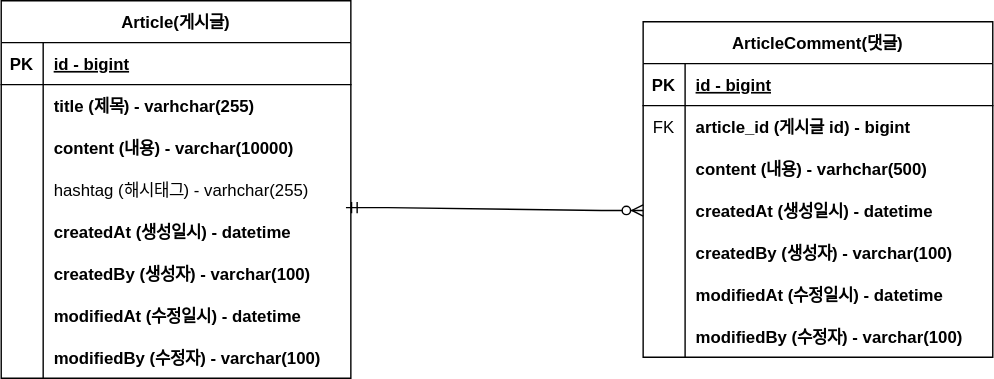
Earlier version of the draw.io export document/board-project.svg (daecheolsong/board-project). Source tidied: cells renumbered, new cells last; positions are measured from the earlier drawing's top-left corner, leaving out a move shared by most shapes.
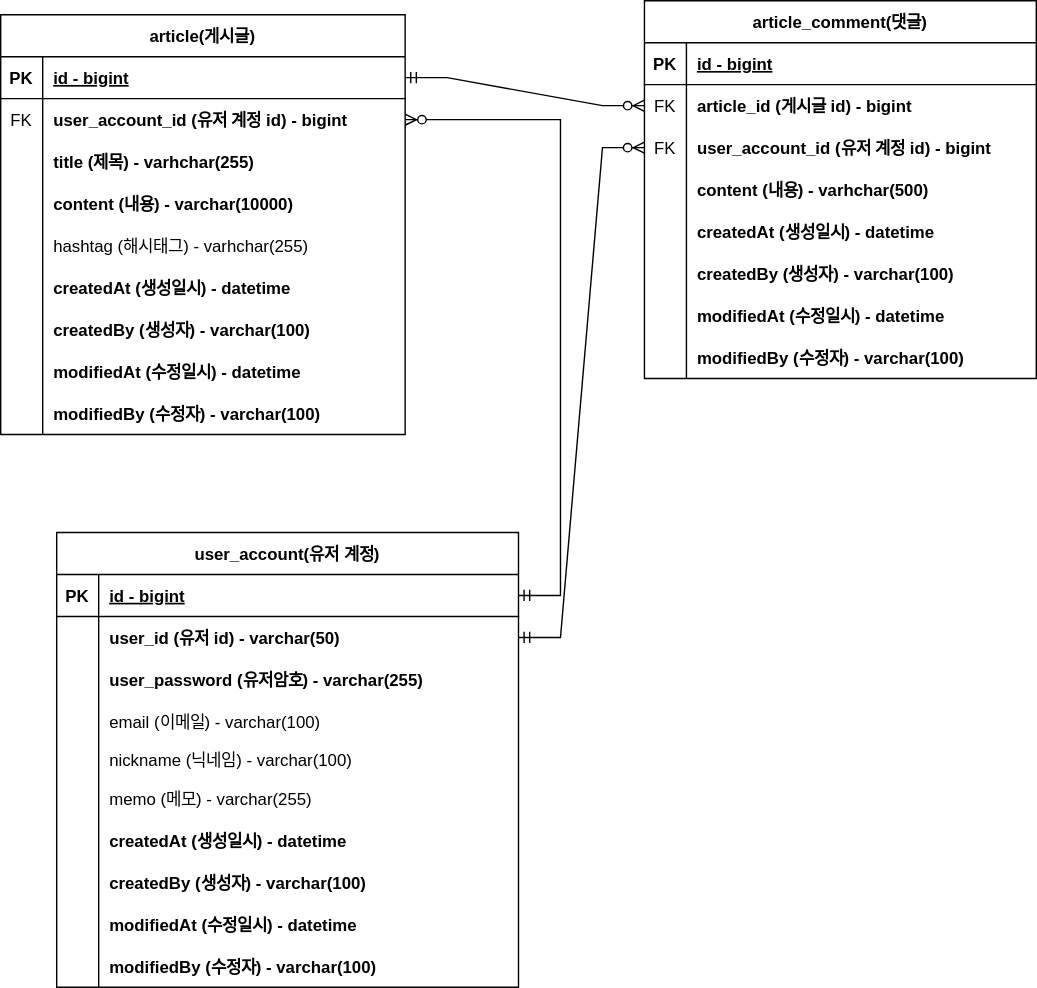
Later version of the same file.

Commit message:
#19 - 유저 도메인 erd 추가

The edit, as a diff of the source:
```diff
@@ -4,7 +4,7 @@
     <mxCell id="1" parent="0" />
-    <mxCell id="2" value="Article(게시글)" style="shape=table;startSize=30;rowLines=0;fontStyle=1;align=center;" parent="1" vertex="1">
-      <mxGeometry width="250" height="270" as="geometry" />
+    <mxCell id="2" value="article(게시글)" style="shape=table;startSize=30;rowLines=0;fontStyle=1;align=center;" parent="1" vertex="1">
+      <mxGeometry x="29" y="10" width="289" height="300" as="geometry" />
     </mxCell>
     <mxCell id="3" style="shape=partialRectangle;fillColor=none;points=[[0,0.5],[1,0.5]];portConstraint=eastwest;top=0;left=0;right=0;bottom=1;" parent="2" vertex="1">
-      <mxGeometry y="30" width="250" height="30" as="geometry" />
+      <mxGeometry y="30" width="289" height="30" as="geometry" />
     </mxCell>
@@ -14,15 +14,24 @@
     <mxCell id="5" value="id - bigint" style="shape=partialRectangle;overflow=hidden;fillColor=none;top=0;left=0;bottom=0;right=0;align=left;spacingLeft=6;fontStyle=5;" parent="3" vertex="1">
-      <mxGeometry x="30" width="220" height="30" as="geometry" />
+      <mxGeometry x="30" width="259" height="30" as="geometry" />
     </mxCell>
     <mxCell id="6" style="shape=partialRectangle;fillColor=none;points=[[0,0.5],[1,0.5]];portConstraint=eastwest;top=0;left=0;right=0;bottom=0;" parent="2" vertex="1">
-      <mxGeometry y="60" width="250" height="30" as="geometry" />
+      <mxGeometry y="60" width="289" height="30" as="geometry" />
     </mxCell>
-    <mxCell id="7" style="shape=partialRectangle;overflow=hidden;fillColor=none;top=0;left=0;bottom=0;right=0;" parent="6" vertex="1">
+    <mxCell id="7" value="FK" style="shape=partialRectangle;overflow=hidden;fillColor=none;top=0;left=0;bottom=0;right=0;" parent="6" vertex="1">
       <mxGeometry width="30" height="30" as="geometry" />
     </mxCell>
-    <mxCell id="8" value="title (제목) - varhchar(255)" style="shape=partialRectangle;overflow=hidden;fillColor=none;top=0;left=0;bottom=0;right=0;align=left;spacingLeft=6;fontStyle=1;" parent="6" vertex="1">
-      <mxGeometry x="30" width="220" height="30" as="geometry" />
+    <mxCell id="8" value="user_account_id (유저 계정 id) - bigint" style="shape=partialRectangle;overflow=hidden;fillColor=none;top=0;left=0;bottom=0;right=0;align=left;spacingLeft=6;fontStyle=1;" parent="6" vertex="1">
+      <mxGeometry x="30" width="259" height="30" as="geometry" />
     </mxCell>
+    <mxCell id="50" style="shape=partialRectangle;fillColor=none;top=0;left=0;right=0;bottom=0;" parent="2" vertex="1">
+      <mxGeometry y="90" width="289" height="30" as="geometry" />
+    </mxCell>
+    <mxCell id="51" style="shape=partialRectangle;overflow=hidden;fillColor=none;top=0;left=0;bottom=0;right=0;" parent="50" vertex="1">
+      <mxGeometry width="30" height="30" as="geometry" />
+    </mxCell>
+    <mxCell id="52" value="title (제목) - varhchar(255)" style="shape=partialRectangle;overflow=hidden;fillColor=none;top=0;left=0;bottom=0;right=0;align=left;spacingLeft=6;fontStyle=1;" parent="50" vertex="1">
+      <mxGeometry x="30" width="259" height="30" as="geometry" />
+    </mxCell>
     <mxCell id="9" style="shape=partialRectangle;fillColor=none;top=0;left=0;right=0;bottom=0;" parent="2" vertex="1">
-      <mxGeometry y="90" width="250" height="30" as="geometry" />
+      <mxGeometry y="120" width="289" height="30" as="geometry" />
     </mxCell>
@@ -32,6 +41,6 @@
     <mxCell id="11" value="content (내용) - varchar(10000)" style="shape=partialRectangle;overflow=hidden;fillColor=none;top=0;left=0;bottom=0;right=0;align=left;spacingLeft=6;fontStyle=1;" parent="9" vertex="1">
-      <mxGeometry x="30" width="220" height="30" as="geometry" />
+      <mxGeometry x="30" width="259" height="30" as="geometry" />
     </mxCell>
     <mxCell id="12" style="shape=partialRectangle;fillColor=none;top=0;left=0;right=0;bottom=0;" parent="2" vertex="1">
-      <mxGeometry y="120" width="250" height="30" as="geometry" />
+      <mxGeometry y="150" width="289" height="30" as="geometry" />
     </mxCell>
@@ -41,6 +50,6 @@
     <mxCell id="14" value="hashtag (해시태그) - varhchar(255)" style="shape=partialRectangle;overflow=hidden;fillColor=none;top=0;left=0;bottom=0;right=0;align=left;spacingLeft=6;" parent="12" vertex="1">
-      <mxGeometry x="30" width="220" height="30" as="geometry" />
+      <mxGeometry x="30" width="259" height="30" as="geometry" />
     </mxCell>
     <mxCell id="15" style="shape=partialRectangle;fillColor=none;points=[[0,0.5],[1,0.5]];portConstraint=eastwest;top=0;left=0;right=0;bottom=0;" parent="2" vertex="1">
-      <mxGeometry y="150" width="250" height="30" as="geometry" />
+      <mxGeometry y="180" width="289" height="30" as="geometry" />
     </mxCell>
@@ -50,6 +59,6 @@
     <mxCell id="17" value="createdAt (생성일시) - datetime" style="shape=partialRectangle;overflow=hidden;fillColor=none;top=0;left=0;bottom=0;right=0;align=left;spacingLeft=6;fontStyle=1;" parent="15" vertex="1">
-      <mxGeometry x="30" width="220" height="30" as="geometry" />
+      <mxGeometry x="30" width="259" height="30" as="geometry" />
     </mxCell>
     <mxCell id="18" style="shape=partialRectangle;fillColor=none;top=0;left=0;right=0;bottom=0;" parent="2" vertex="1">
-      <mxGeometry y="180" width="250" height="30" as="geometry" />
+      <mxGeometry y="210" width="289" height="30" as="geometry" />
     </mxCell>
@@ -59,6 +68,6 @@
     <mxCell id="20" value="createdBy (생성자) - varchar(100)" style="shape=partialRectangle;overflow=hidden;fillColor=none;top=0;left=0;bottom=0;right=0;align=left;spacingLeft=6;fontStyle=1;" parent="18" vertex="1">
-      <mxGeometry x="30" width="220" height="30" as="geometry" />
+      <mxGeometry x="30" width="259" height="30" as="geometry" />
     </mxCell>
     <mxCell id="21" style="shape=partialRectangle;fillColor=none;top=0;left=0;right=0;bottom=0;" parent="2" vertex="1">
-      <mxGeometry y="210" width="250" height="30" as="geometry" />
+      <mxGeometry y="240" width="289" height="30" as="geometry" />
     </mxCell>
@@ -68,6 +77,6 @@
     <mxCell id="23" value="modifiedAt (수정일시) - datetime" style="shape=partialRectangle;overflow=hidden;fillColor=none;top=0;left=0;bottom=0;right=0;align=left;spacingLeft=6;fontStyle=1;" parent="21" vertex="1">
-      <mxGeometry x="30" width="220" height="30" as="geometry" />
+      <mxGeometry x="30" width="259" height="30" as="geometry" />
     </mxCell>
     <mxCell id="24" style="shape=partialRectangle;fillColor=none;top=0;left=0;right=0;bottom=0;" parent="2" vertex="1">
-      <mxGeometry y="240" width="250" height="30" as="geometry" />
+      <mxGeometry y="270" width="289" height="30" as="geometry" />
     </mxCell>
@@ -77,9 +86,9 @@
     <mxCell id="26" value="modifiedBy (수정자) - varchar(100)" style="shape=partialRectangle;overflow=hidden;fillColor=none;top=0;left=0;bottom=0;right=0;align=left;spacingLeft=6;fontStyle=1;" parent="24" vertex="1">
-      <mxGeometry x="30" width="220" height="30" as="geometry" />
+      <mxGeometry x="30" width="259" height="30" as="geometry" />
     </mxCell>
-    <mxCell id="27" value="ArticleComment(댓글)" style="shape=table;startSize=30;rowLines=0;fontStyle=1;align=center;" parent="1" vertex="1">
-      <mxGeometry x="459" y="15" width="250" height="240" as="geometry" />
+    <mxCell id="27" value="article_comment(댓글)" style="shape=table;startSize=30;rowLines=0;fontStyle=1;align=center;" parent="1" vertex="1">
+      <mxGeometry x="489" width="280" height="270" as="geometry" />
     </mxCell>
     <mxCell id="28" style="shape=partialRectangle;fillColor=none;top=0;left=0;right=0;bottom=1;" parent="27" vertex="1">
-      <mxGeometry y="30" width="250" height="30" as="geometry" />
+      <mxGeometry y="30" width="280" height="30" as="geometry" />
     </mxCell>
@@ -89,6 +98,6 @@
     <mxCell id="30" value="id - bigint" style="shape=partialRectangle;overflow=hidden;fillColor=none;top=0;left=0;bottom=0;right=0;align=left;spacingLeft=6;fontStyle=5;" parent="28" vertex="1">
-      <mxGeometry x="30" width="220" height="30" as="geometry" />
+      <mxGeometry x="30" width="250" height="30" as="geometry" />
     </mxCell>
     <mxCell id="31" style="shape=partialRectangle;fillColor=none;points=[[0,0.5],[1,0.5]];portConstraint=eastwest;top=0;left=0;right=0;bottom=0;" parent="27" vertex="1">
-      <mxGeometry y="60" width="250" height="30" as="geometry" />
+      <mxGeometry y="60" width="280" height="30" as="geometry" />
     </mxCell>
@@ -98,6 +107,15 @@
     <mxCell id="33" value="article_id (게시글 id) - bigint" style="shape=partialRectangle;overflow=hidden;fillColor=none;top=0;left=0;bottom=0;right=0;align=left;spacingLeft=6;fontStyle=1;" parent="31" vertex="1">
-      <mxGeometry x="30" width="220" height="30" as="geometry" />
+      <mxGeometry x="30" width="250" height="30" as="geometry" />
     </mxCell>
+    <mxCell id="53" style="shape=partialRectangle;fillColor=none;points=[[0,0.5],[1,0.5]];portConstraint=eastwest;top=0;left=0;right=0;bottom=0;" parent="27" vertex="1">
+      <mxGeometry y="90" width="280" height="30" as="geometry" />
+    </mxCell>
+    <mxCell id="54" value="FK" style="shape=partialRectangle;overflow=hidden;fillColor=none;top=0;left=0;bottom=0;right=0;" parent="53" vertex="1">
+      <mxGeometry width="30" height="30" as="geometry" />
+    </mxCell>
+    <mxCell id="55" value="user_account_id (유저 계정 id) - bigint" style="shape=partialRectangle;overflow=hidden;fillColor=none;top=0;left=0;bottom=0;right=0;align=left;spacingLeft=6;fontStyle=1;" parent="53" vertex="1">
+      <mxGeometry x="30" width="250" height="30" as="geometry" />
+    </mxCell>
     <mxCell id="34" style="shape=partialRectangle;fillColor=none;top=0;left=0;right=0;bottom=0;" parent="27" vertex="1">
-      <mxGeometry y="90" width="250" height="30" as="geometry" />
+      <mxGeometry y="120" width="280" height="30" as="geometry" />
     </mxCell>
@@ -107,6 +125,6 @@
     <mxCell id="36" value="content (내용) - varhchar(500)" style="shape=partialRectangle;overflow=hidden;fillColor=none;top=0;left=0;bottom=0;right=0;align=left;spacingLeft=6;fontStyle=1;" parent="34" vertex="1">
-      <mxGeometry x="30" width="220" height="30" as="geometry" />
+      <mxGeometry x="30" width="250" height="30" as="geometry" />
     </mxCell>
     <mxCell id="37" style="shape=partialRectangle;fillColor=none;points=[[0,0.5],[1,0.5]];portConstraint=eastwest;top=0;left=0;right=0;bottom=0;" parent="27" vertex="1">
-      <mxGeometry y="120" width="250" height="30" as="geometry" />
+      <mxGeometry y="150" width="280" height="30" as="geometry" />
     </mxCell>
@@ -116,6 +134,6 @@
     <mxCell id="39" value="createdAt (생성일시) - datetime" style="shape=partialRectangle;overflow=hidden;fillColor=none;top=0;left=0;bottom=0;right=0;align=left;spacingLeft=6;fontStyle=1;" parent="37" vertex="1">
-      <mxGeometry x="30" width="220" height="30" as="geometry" />
+      <mxGeometry x="30" width="250" height="30" as="geometry" />
     </mxCell>
     <mxCell id="40" style="shape=partialRectangle;fillColor=none;top=0;left=0;right=0;bottom=0;" parent="27" vertex="1">
-      <mxGeometry y="150" width="250" height="30" as="geometry" />
+      <mxGeometry y="180" width="280" height="30" as="geometry" />
     </mxCell>
@@ -125,6 +143,6 @@
     <mxCell id="42" value="createdBy (생성자) - varchar(100)" style="shape=partialRectangle;overflow=hidden;fillColor=none;top=0;left=0;bottom=0;right=0;align=left;spacingLeft=6;fontStyle=1;" parent="40" vertex="1">
-      <mxGeometry x="30" width="220" height="30" as="geometry" />
+      <mxGeometry x="30" width="250" height="30" as="geometry" />
     </mxCell>
     <mxCell id="43" style="shape=partialRectangle;fillColor=none;top=0;left=0;right=0;bottom=0;" parent="27" vertex="1">
-      <mxGeometry y="180" width="250" height="30" as="geometry" />
+      <mxGeometry y="210" width="280" height="30" as="geometry" />
     </mxCell>
@@ -134,6 +152,6 @@
     <mxCell id="45" value="modifiedAt (수정일시) - datetime" style="shape=partialRectangle;overflow=hidden;fillColor=none;top=0;left=0;bottom=0;right=0;align=left;spacingLeft=6;fontStyle=1;" parent="43" vertex="1">
-      <mxGeometry x="30" width="220" height="30" as="geometry" />
+      <mxGeometry x="30" width="250" height="30" as="geometry" />
     </mxCell>
     <mxCell id="46" style="shape=partialRectangle;fillColor=none;top=0;left=0;right=0;bottom=0;" parent="27" vertex="1">
-      <mxGeometry y="210" width="250" height="30" as="geometry" />
+      <mxGeometry y="240" width="280" height="30" as="geometry" />
     </mxCell>
@@ -143,7 +161,111 @@
     <mxCell id="48" value="modifiedBy (수정자) - varchar(100)" style="shape=partialRectangle;overflow=hidden;fillColor=none;top=0;left=0;bottom=0;right=0;align=left;spacingLeft=6;fontStyle=1;" parent="46" vertex="1">
-      <mxGeometry x="30" width="220" height="30" as="geometry" />
+      <mxGeometry x="30" width="250" height="30" as="geometry" />
     </mxCell>
-    <mxCell id="49" style="edgeStyle=entityRelationEdgeStyle;fontSize=12;html=1;endArrow=ERzeroToMany;startArrow=ERmandOne;rounded=0;exitX=0.986;exitY=-0.067;exitDx=0;exitDy=0;exitPerimeter=0;entryX=0;entryY=0.5;entryDx=0;entryDy=0;" parent="1" edge="1" source="15" target="37">
+    <mxCell id="49" style="edgeStyle=entityRelationEdgeStyle;fontSize=12;html=1;endArrow=ERzeroToMany;startArrow=ERmandOne;rounded=0;" parent="1" edge="1" source="3" target="31">
       <mxGeometry relative="1" as="geometry" />
     </mxCell>
+    <mxCell id="56" value="user_account(유저 계정)" style="shape=table;startSize=30;rowLines=0;fontStyle=1;align=center;" parent="1" vertex="1">
+      <mxGeometry x="69" y="380" width="330" height="325" as="geometry" />
+    </mxCell>
+    <mxCell id="57" style="shape=partialRectangle;fillColor=none;points=[[0,0.5],[1,0.5]];portConstraint=eastwest;top=0;left=0;right=0;bottom=1;" parent="56" vertex="1">
+      <mxGeometry y="30" width="330" height="30" as="geometry" />
+    </mxCell>
+    <mxCell id="58" value="PK" style="shape=partialRectangle;overflow=hidden;fillColor=none;top=0;left=0;bottom=0;right=0;fontStyle=1;" parent="57" vertex="1">
+      <mxGeometry width="30" height="30" as="geometry" />
+    </mxCell>
+    <mxCell id="59" value="id - bigint" style="shape=partialRectangle;overflow=hidden;fillColor=none;top=0;left=0;bottom=0;right=0;align=left;spacingLeft=6;fontStyle=5;" parent="57" vertex="1">
+      <mxGeometry x="30" width="300" height="30" as="geometry" />
+    </mxCell>
+    <mxCell id="60" style="shape=partialRectangle;fillColor=none;points=[[0,0.5],[1,0.5]];portConstraint=eastwest;top=0;left=0;right=0;bottom=0;" parent="56" vertex="1">
+      <mxGeometry y="60" width="330" height="30" as="geometry" />
+    </mxCell>
+    <mxCell id="61" style="shape=partialRectangle;overflow=hidden;fillColor=none;top=0;left=0;bottom=0;right=0;" parent="60" vertex="1">
+      <mxGeometry width="30" height="30" as="geometry" />
+    </mxCell>
+    <mxCell id="62" value="user_id (유저 id) - varchar(50)" style="shape=partialRectangle;overflow=hidden;fillColor=none;top=0;left=0;bottom=0;right=0;align=left;spacingLeft=6;fontStyle=1;" parent="60" vertex="1">
+      <mxGeometry x="30" width="300" height="30" as="geometry" />
+    </mxCell>
+    <mxCell id="63" style="shape=partialRectangle;fillColor=none;top=0;left=0;right=0;bottom=0;" parent="56" vertex="1">
+      <mxGeometry y="90" width="330" height="30" as="geometry" />
+    </mxCell>
+    <mxCell id="64" style="shape=partialRectangle;overflow=hidden;fillColor=none;top=0;left=0;bottom=0;right=0;" parent="63" vertex="1">
+      <mxGeometry width="30" height="30" as="geometry" />
+    </mxCell>
+    <mxCell id="65" value="user_password (유저암호) - varchar(255)" style="shape=partialRectangle;overflow=hidden;fillColor=none;top=0;left=0;bottom=0;right=0;align=left;spacingLeft=6;fontStyle=1;" parent="63" vertex="1">
+      <mxGeometry x="30" width="300" height="30" as="geometry" />
+    </mxCell>
+    <mxCell id="66" style="shape=partialRectangle;fillColor=none;top=0;left=0;right=0;bottom=0;" parent="56" vertex="1">
+      <mxGeometry y="120" width="330" height="30" as="geometry" />
+    </mxCell>
+    <mxCell id="67" style="shape=partialRectangle;overflow=hidden;fillColor=none;top=0;left=0;bottom=0;right=0;" parent="66" vertex="1">
+      <mxGeometry width="30" height="30" as="geometry" />
+    </mxCell>
+    <mxCell id="68" value="email (이메일) - varchar(100)" style="shape=partialRectangle;overflow=hidden;fillColor=none;top=0;left=0;bottom=0;right=0;align=left;spacingLeft=6;" parent="66" vertex="1">
+      <mxGeometry x="30" width="300" height="30" as="geometry" />
+    </mxCell>
+    <mxCell id="69" style="shape=partialRectangle;fillColor=none;top=0;left=0;right=0;bottom=0;" parent="56" vertex="1">
+      <mxGeometry y="150" width="330" height="25" as="geometry" />
+    </mxCell>
+    <mxCell id="70" style="shape=partialRectangle;overflow=hidden;fillColor=none;top=0;left=0;bottom=0;right=0;" parent="69" vertex="1">
+      <mxGeometry width="30" height="25" as="geometry" />
+    </mxCell>
+    <mxCell id="71" value="nickname (닉네임) - varchar(100)" style="shape=partialRectangle;overflow=hidden;fillColor=none;top=0;left=0;bottom=0;right=0;align=left;spacingLeft=6;fontStyle=0;" parent="69" vertex="1">
+      <mxGeometry x="30" width="300" height="25" as="geometry" />
+    </mxCell>
+    <mxCell id="72" style="shape=partialRectangle;fillColor=none;top=0;left=0;right=0;bottom=0;" parent="56" vertex="1">
+      <mxGeometry y="175" width="330" height="30" as="geometry" />
+    </mxCell>
+    <mxCell id="73" style="shape=partialRectangle;overflow=hidden;fillColor=none;top=0;left=0;bottom=0;right=0;" parent="72" vertex="1">
+      <mxGeometry width="30" height="30" as="geometry" />
+    </mxCell>
+    <mxCell id="74" value="memo (메모) - varchar(255)" style="shape=partialRectangle;overflow=hidden;fillColor=none;top=0;left=0;bottom=0;right=0;align=left;spacingLeft=6;fontStyle=0;" parent="72" vertex="1">
+      <mxGeometry x="30" width="300" height="30" as="geometry" />
+    </mxCell>
+    <mxCell id="75" style="shape=partialRectangle;fillColor=none;top=0;left=0;right=0;bottom=0;" parent="56" vertex="1">
+      <mxGeometry y="205" width="330" height="30" as="geometry" />
+    </mxCell>
+    <mxCell id="76" style="shape=partialRectangle;overflow=hidden;fillColor=none;top=0;left=0;bottom=0;right=0;" parent="75" vertex="1">
+      <mxGeometry width="30" height="30" as="geometry" />
+    </mxCell>
+    <mxCell id="77" value="createdAt (생성일시) - datetime" style="shape=partialRectangle;overflow=hidden;fillColor=none;top=0;left=0;bottom=0;right=0;align=left;spacingLeft=6;fontStyle=1;" parent="75" vertex="1">
+      <mxGeometry x="30" width="300" height="30" as="geometry" />
+    </mxCell>
+    <mxCell id="78" style="shape=partialRectangle;fillColor=none;top=0;left=0;right=0;bottom=0;" parent="56" vertex="1">
+      <mxGeometry y="235" width="330" height="30" as="geometry" />
+    </mxCell>
+    <mxCell id="79" style="shape=partialRectangle;overflow=hidden;fillColor=none;top=0;left=0;bottom=0;right=0;" parent="78" vertex="1">
+      <mxGeometry width="30" height="30" as="geometry" />
+    </mxCell>
+    <mxCell id="80" value="createdBy (생성자) - varchar(100)" style="shape=partialRectangle;overflow=hidden;fillColor=none;top=0;left=0;bottom=0;right=0;align=left;spacingLeft=6;fontStyle=1;" parent="78" vertex="1">
+      <mxGeometry x="30" width="300" height="30" as="geometry" />
+    </mxCell>
+    <mxCell id="81" style="shape=partialRectangle;fillColor=none;top=0;left=0;right=0;bottom=0;" parent="56" vertex="1">
+      <mxGeometry y="265" width="330" height="30" as="geometry" />
+    </mxCell>
+    <mxCell id="82" style="shape=partialRectangle;overflow=hidden;fillColor=none;top=0;left=0;bottom=0;right=0;" parent="81" vertex="1">
+      <mxGeometry width="30" height="30" as="geometry" />
+    </mxCell>
+    <mxCell id="83" value="modifiedAt (수정일시) - datetime" style="shape=partialRectangle;overflow=hidden;fillColor=none;top=0;left=0;bottom=0;right=0;align=left;spacingLeft=6;fontStyle=1;" parent="81" vertex="1">
+      <mxGeometry x="30" width="300" height="30" as="geometry" />
+    </mxCell>
+    <mxCell id="84" style="shape=partialRectangle;fillColor=none;top=0;left=0;right=0;bottom=0;" parent="56" vertex="1">
+      <mxGeometry y="295" width="330" height="30" as="geometry" />
+    </mxCell>
+    <mxCell id="85" style="shape=partialRectangle;overflow=hidden;fillColor=none;top=0;left=0;bottom=0;right=0;" parent="84" vertex="1">
+      <mxGeometry width="30" height="30" as="geometry" />
+    </mxCell>
+    <mxCell id="86" value="modifiedBy (수정자) - varchar(100)" style="shape=partialRectangle;overflow=hidden;fillColor=none;top=0;left=0;bottom=0;right=0;align=left;spacingLeft=6;fontStyle=1;" parent="84" vertex="1">
+      <mxGeometry x="30" width="300" height="30" as="geometry" />
+    </mxCell>
+    <mxCell id="87" style="edgeStyle=entityRelationEdgeStyle;fontSize=12;html=1;endArrow=ERzeroToMany;startArrow=ERmandOne;rounded=0;" parent="1" edge="1" source="57" target="6">
+      <mxGeometry relative="1" as="geometry" />
+    </mxCell>
+    <mxCell id="88" style="edgeStyle=entityRelationEdgeStyle;fontSize=12;html=1;endArrow=ERzeroToMany;startArrow=ERmandOne;rounded=0;exitX=1;exitY=0.5;exitDx=0;exitDy=0;" parent="1" edge="1" source="60" target="53">
+      <mxGeometry relative="1" as="geometry">
+        <Array as="points">
+          <mxPoint x="499" y="360" />
+          <mxPoint x="499" y="370" />
+        </Array>
+      </mxGeometry>
+    </mxCell>
   </root>
```
